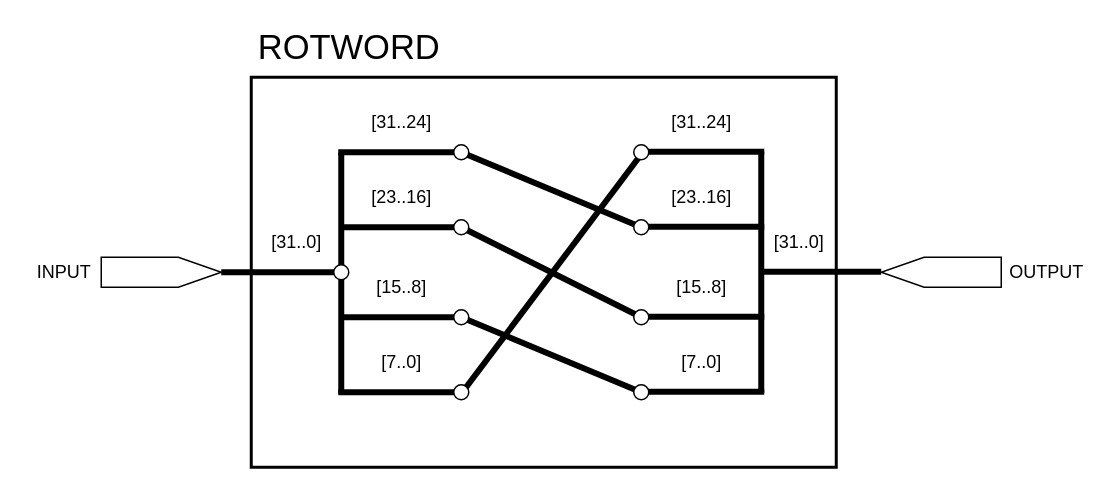
Earlier version of the draw.io diagram Diagrams/KeyExpansion/RotWord.drawio (hohaicongthuan/Project-1). Source tidied: cells renumbered, new cells numbered last; positions are measured from the earlier drawing's top-left corner, leaving out a move shared by most shapes. Both pictures are drawn from the tidied source at 150%, with x=0, y=0 at pixel (26, 32).
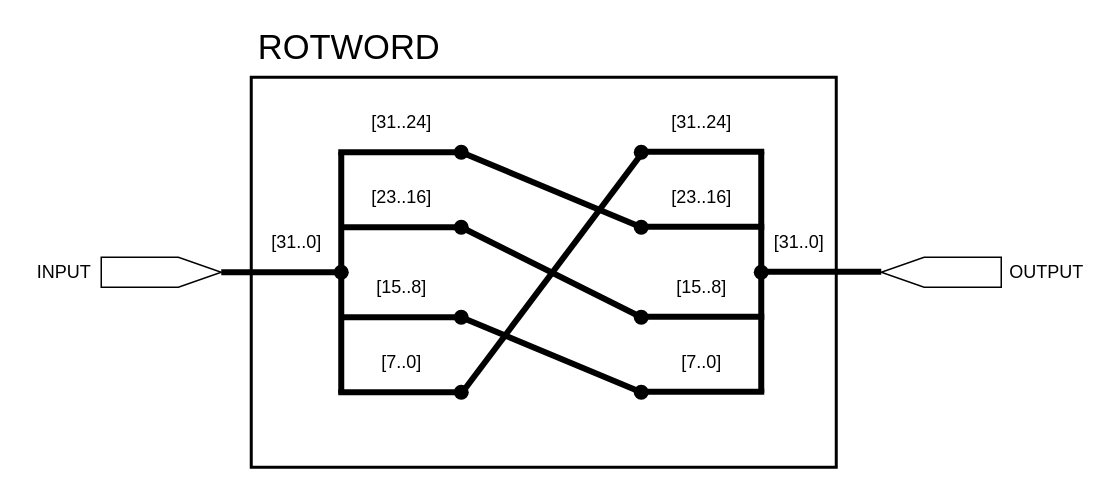
The same page after the edit.

The edit, as a diff of the source:
```diff
@@
-    <mxCell id="32" style="ellipse;whiteSpace=wrap;html=1;fillColor=#FFFFFF;" parent="1" vertex="1">
+    <mxCell id="32" style="ellipse;whiteSpace=wrap;html=1;strokeColor=none;fillColor=#000000;" parent="1" vertex="1">
       <mxGeometry x="205" y="155" width="10" height="10" as="geometry" />
     </mxCell>
-    <mxCell id="33" style="ellipse;whiteSpace=wrap;html=1;fillColor=#FFFFFF;" parent="1" vertex="1">
+    <mxCell id="33" style="ellipse;whiteSpace=wrap;html=1;strokeColor=none;fillColor=#000000;" parent="1" vertex="1">
       <mxGeometry x="285" y="75" width="10" height="10" as="geometry" />
     </mxCell>
-    <mxCell id="34" style="ellipse;whiteSpace=wrap;html=1;fillColor=#FFFFFF;" parent="1" vertex="1">
+    <mxCell id="34" style="ellipse;whiteSpace=wrap;html=1;strokeColor=none;fillColor=#000000;" parent="1" vertex="1">
       <mxGeometry x="285" y="125" width="10" height="10" as="geometry" />
     </mxCell>
-    <mxCell id="35" style="ellipse;whiteSpace=wrap;html=1;fillColor=#FFFFFF;" parent="1" vertex="1">
+    <mxCell id="35" style="ellipse;whiteSpace=wrap;html=1;strokeColor=none;fillColor=#000000;" parent="1" vertex="1">
       <mxGeometry x="285" y="185" width="10" height="10" as="geometry" />
     </mxCell>
-    <mxCell id="36" style="ellipse;whiteSpace=wrap;html=1;fillColor=#FFFFFF;" parent="1" vertex="1">
+    <mxCell id="36" style="ellipse;whiteSpace=wrap;html=1;strokeColor=none;fillColor=#000000;" parent="1" vertex="1">
       <mxGeometry x="285" y="235" width="10" height="10" as="geometry" />
     </mxCell>
-    <mxCell id="37" style="ellipse;whiteSpace=wrap;html=1;fillColor=#FFFFFF;" parent="1" vertex="1">
+    <mxCell id="37" style="ellipse;whiteSpace=wrap;html=1;strokeColor=none;fillColor=#000000;" parent="1" vertex="1">
       <mxGeometry x="405" y="75" width="10" height="10" as="geometry" />
     </mxCell>
-    <mxCell id="38" style="ellipse;whiteSpace=wrap;html=1;fillColor=#FFFFFF;" parent="1" vertex="1">
+    <mxCell id="38" style="ellipse;whiteSpace=wrap;html=1;strokeColor=none;fillColor=#000000;" parent="1" vertex="1">
       <mxGeometry x="405" y="125" width="10" height="10" as="geometry" />
     </mxCell>
-    <mxCell id="39" style="ellipse;whiteSpace=wrap;html=1;fillColor=#FFFFFF;" parent="1" vertex="1">
+    <mxCell id="39" style="ellipse;whiteSpace=wrap;html=1;strokeColor=none;fillColor=#000000;" parent="1" vertex="1">
       <mxGeometry x="405" y="185" width="10" height="10" as="geometry" />
     </mxCell>
-    <mxCell id="40" style="ellipse;whiteSpace=wrap;html=1;fillColor=#FFFFFF;" parent="1" vertex="1">
+    <mxCell id="40" style="ellipse;whiteSpace=wrap;html=1;strokeColor=none;fillColor=#000000;" parent="1" vertex="1">
       <mxGeometry x="405" y="235" width="10" height="10" as="geometry" />
     </mxCell>
@@
+    <mxCell id="43" style="ellipse;whiteSpace=wrap;html=1;strokeColor=none;fillColor=#000000;" parent="1" vertex="1">
+      <mxGeometry x="485" y="155" width="10" height="10" as="geometry" />
+    </mxCell>
```
